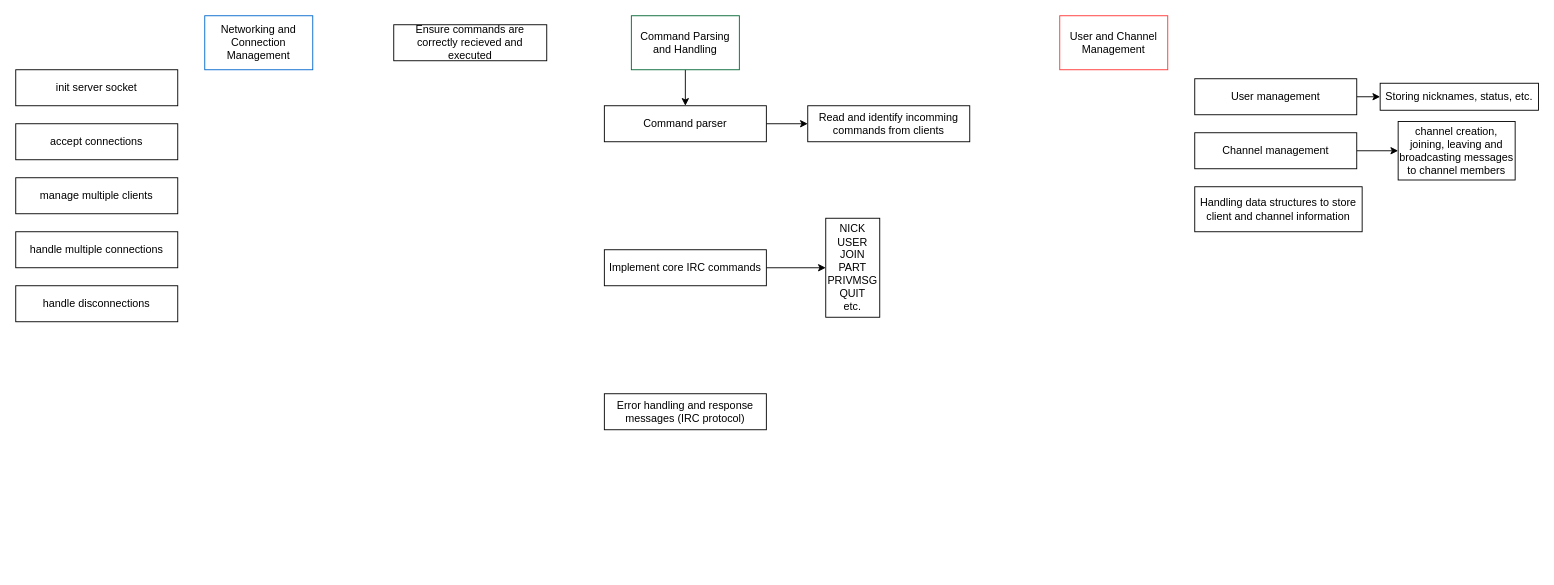
The draw.io diagram .misc/info.drawio in SaydRomey/ft_irc, before the edit. Source tidied: cells renumbered, new cells numbered last; positions are measured from the earlier drawing's top-left corner, leaving out a move shared by most shapes. Both pictures are drawn from the tidied source at 90%, with x=0, y=0 at pixel (15, 15).
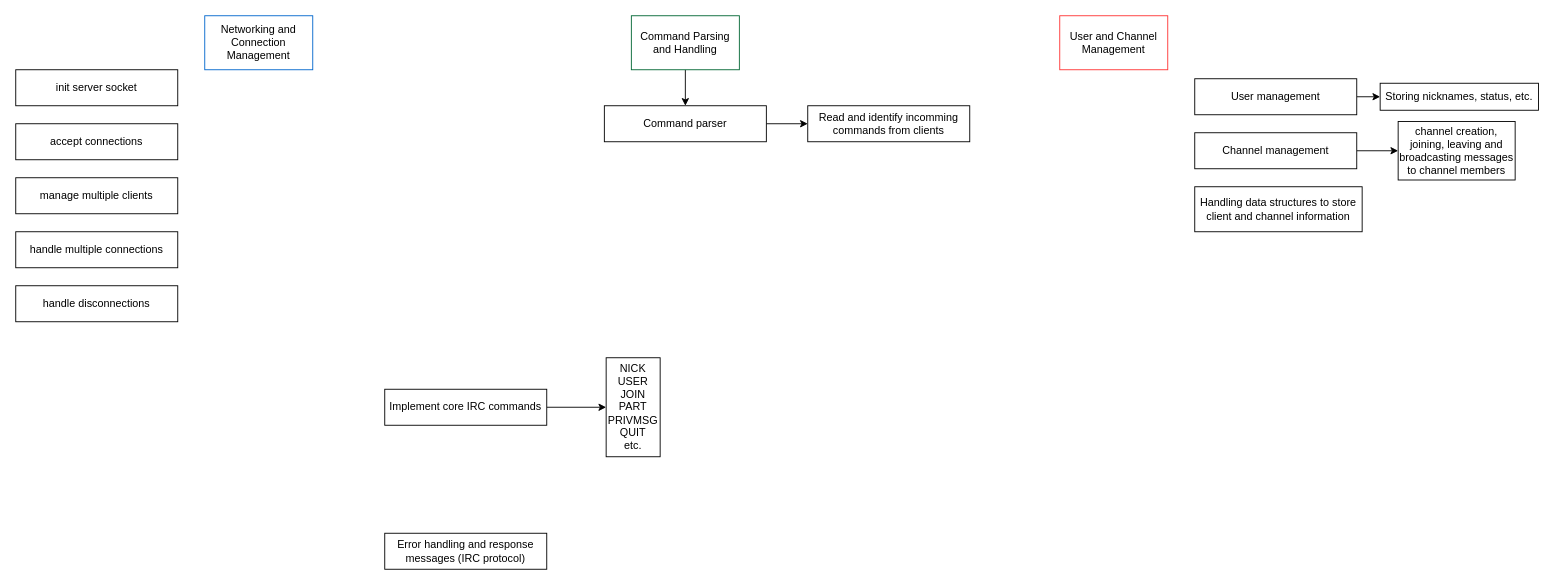
The same diagram, later.

Change to the diagram source:
```diff
@@
     <mxCell id="12" value="NICK&lt;br&gt;USER&lt;br&gt;JOIN&lt;br&gt;PART&lt;br&gt;PRIVMSG&lt;br&gt;QUIT&lt;br&gt;etc." style="whiteSpace=wrap;html=1;rounded=0;" parent="1" vertex="1">
-      <mxGeometry x="900" y="225" width="60" height="110" as="geometry" />
+      <mxGeometry x="656" y="380" width="60" height="110" as="geometry" />
     </mxCell>
-    <mxCell id="13" value="Ensure commands are correctly recieved and executed" style="whiteSpace=wrap;html=1;rounded=0;gradientColor=none;strokeColor=default;fillColor=none;" parent="1" vertex="1">
-      <mxGeometry x="420" y="10" width="170" height="40" as="geometry" />
-    </mxCell>
@@
     <mxCell id="17" value="Implement core IRC commands" style="rounded=0;whiteSpace=wrap;html=1;" parent="1" vertex="1">
-      <mxGeometry x="654" y="260" width="180" height="40" as="geometry" />
+      <mxGeometry x="410" y="415" width="180" height="40" as="geometry" />
     </mxCell>
     <mxCell id="18" value="Error handling and response messages (IRC protocol)" style="rounded=0;whiteSpace=wrap;html=1;" parent="1" vertex="1">
-      <mxGeometry x="654" y="420" width="180" height="40" as="geometry" />
+      <mxGeometry x="410" y="575" width="180" height="40" as="geometry" />
     </mxCell>
```
